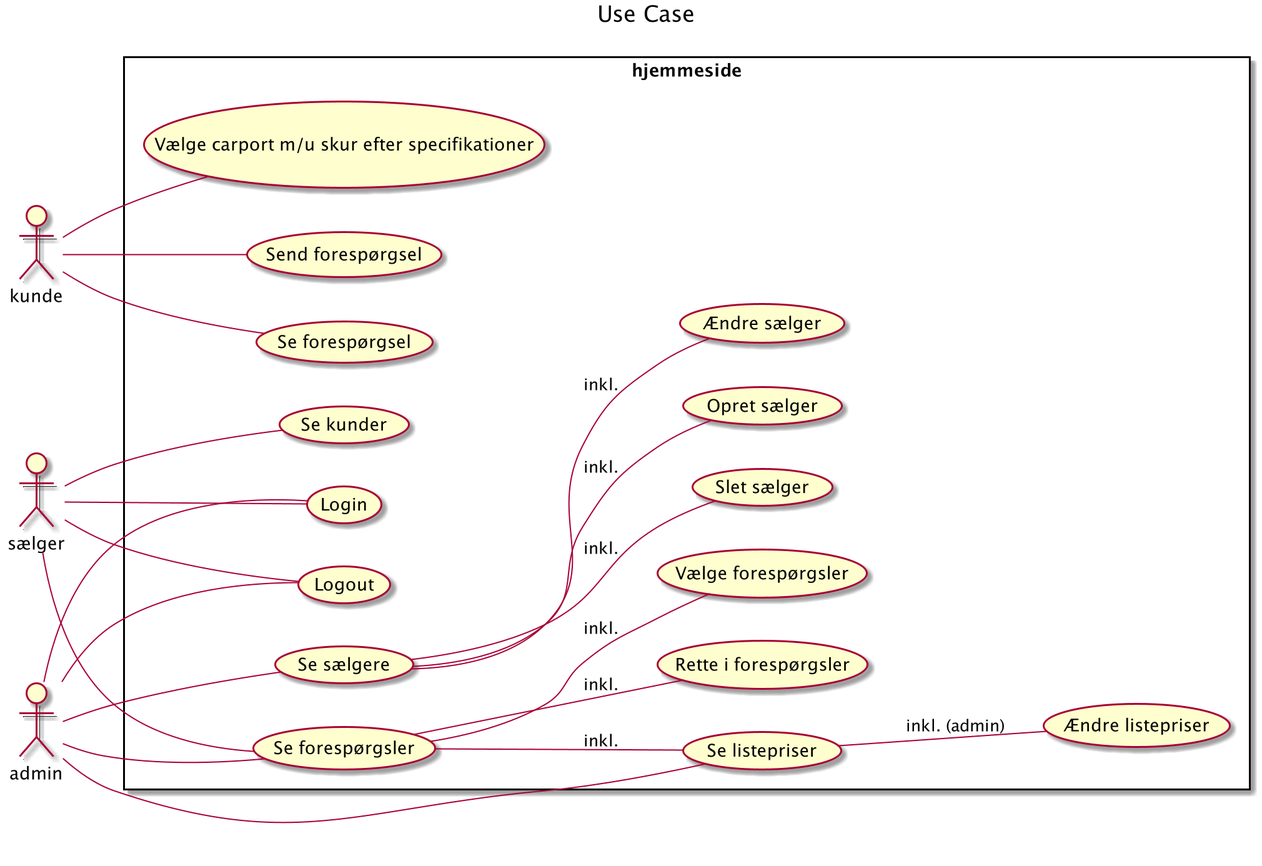
Above: Documentation/UML/Use Case/User_Case.png in codergram/Fog (PlantUML), before the change.
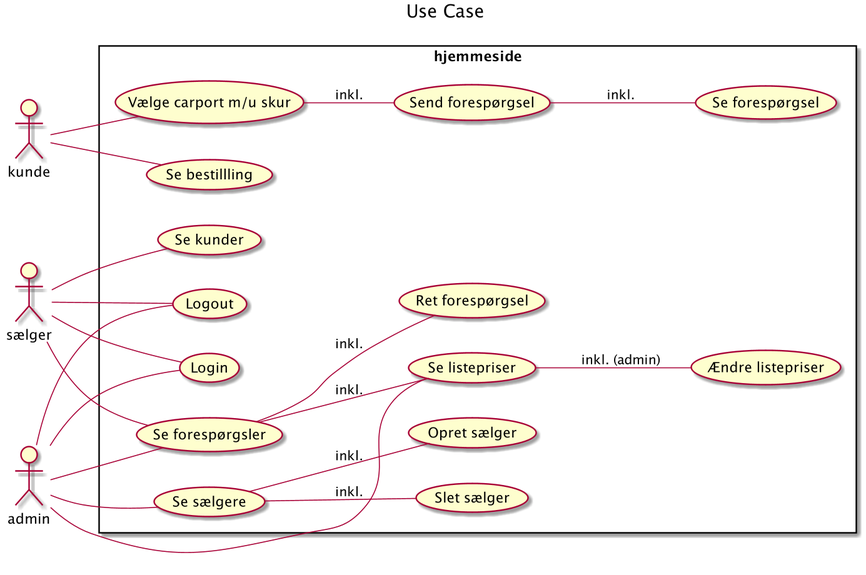
Above is the later version.

Diff of the diagram source:
```diff
@@ -7,24 +7,23 @@
 actor admin
 
 rectangle hjemmeside {
-    kunde -- (Vælge carport m/u skur efter specifikationer)
-    kunde -- (Send forespørgsel)
-    kunde -- (Se forespørgsel)
+    kunde -- (Vælge carport m/u skur)
+    (Vælge carport m/u skur) -- (Send forespørgsel):inkl.
+    (Send forespørgsel) -- (Se forespørgsel): inkl.
+    kunde -- (Se bestillling)
 
 
     sælger -- (Login)
     sælger -- (Logout)
     sælger -- (Se forespørgsler)
-    (Se forespørgsler) -- (Rette i forespørgsler) : inkl.
+    (Se forespørgsler) -- (Ret forespørgsel) : inkl.
     (Se forespørgsler) -- (Se listepriser) : inkl.
-    (Se forespørgsler) -- (Vælge forespørgsler) : inkl.
     sælger -- (Se kunder)
 
     admin -- (Login)
     admin -- (Logout)
     admin -- (Se sælgere)
     (Se sælgere) -- (Opret sælger) : inkl.
-    (Se sælgere) -- (Ændre sælger) : inkl.
     (Se sælgere) -- (Slet sælger) : inkl.
     admin -- (Se forespørgsler)
     admin -- (Se listepriser)
```
